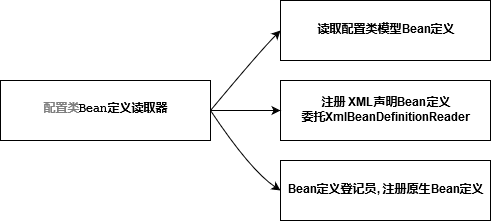
The draw.io diagram spring-ioc/images/spring-config-reader.png in rutine/spring-doc, before a commit. Source tidied: cells renumbered, new cells last; positions are measured from the earlier drawing's top-left corner, leaving out a move shared by most shapes.
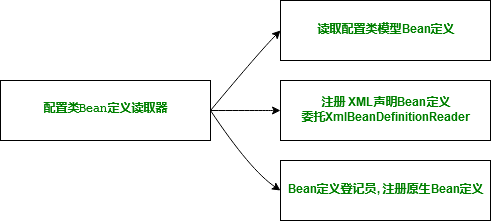
After the change.

Diff of the diagram source:
```diff
@@ -2,10 +2,10 @@
   <root>
     <mxCell id="0" />
     <mxCell id="1" parent="0" />
-    <mxCell id="2" value="&lt;pre style=&quot;background-color: #ffffff ; color: #000000 ; font-family: &amp;#34;courier new&amp;#34; ; font-size: 9.0pt&quot;&gt;&lt;span style=&quot;color: rgb(128 , 128 , 128)&quot;&gt;&lt;span style=&quot;color: rgb(128 , 128 , 128)&quot;&gt;&lt;span style=&quot;color: rgb(128 , 128 , 128)&quot;&gt;配置类&lt;/span&gt;&lt;/span&gt;&lt;/span&gt;Bean定义读取器&lt;br&gt;&lt;/pre&gt;" style="rounded=0;whiteSpace=wrap;html=1;fontStyle=1;" parent="1" vertex="1">
+    <mxCell id="2" value="&lt;pre style=&quot;background-color: rgb(255 , 255 , 255) ; font-family: &amp;#34;courier new&amp;#34; ; font-size: 9pt&quot;&gt;&lt;font color=&quot;#008000&quot;&gt;配置类Bean定义读取器&lt;br&gt;&lt;/font&gt;&lt;/pre&gt;" style="rounded=0;whiteSpace=wrap;html=1;fontStyle=1;" parent="1" vertex="1">
       <mxGeometry y="80" width="210" height="60" as="geometry" />
     </mxCell>
-    <mxCell id="3" value="读取配置类模型Bean定义" style="rounded=0;whiteSpace=wrap;html=1;fontStyle=1;" parent="1" vertex="1">
+    <mxCell id="3" value="&lt;font color=&quot;#008000&quot;&gt;读取配置类模型Bean定义&lt;/font&gt;" style="rounded=0;whiteSpace=wrap;html=1;fontStyle=1;" parent="1" vertex="1">
       <mxGeometry x="280" width="210" height="60" as="geometry" />
     </mxCell>
     <mxCell id="4" style="curved=1;endArrow=classic;html=1;entryX=0;entryY=0.5;entryDx=0;entryDy=0;exitX=1;exitY=0.5;exitDx=0;exitDy=0;" parent="1" edge="1" source="2" target="3">
@@ -15,7 +15,7 @@
         </Array>
       </mxGeometry>
     </mxCell>
-    <mxCell id="5" value="&lt;div&gt;注册 XML声明Bean定义&lt;/div&gt;&lt;div&gt;委托XmlBeanDefinitionReader&lt;br&gt;&lt;/div&gt;" style="rounded=0;whiteSpace=wrap;html=1;fontStyle=1;" parent="1" vertex="1">
+    <mxCell id="5" value="&lt;div&gt;&lt;font color=&quot;#008000&quot;&gt;注册 XML声明Bean定义&lt;/font&gt;&lt;/div&gt;&lt;div&gt;&lt;font color=&quot;#008000&quot;&gt;委托XmlBeanDefinitionReader&lt;br&gt;&lt;/font&gt;&lt;/div&gt;" style="rounded=0;whiteSpace=wrap;html=1;fontStyle=1;" parent="1" vertex="1">
       <mxGeometry x="280" y="80" width="210" height="60" as="geometry" />
     </mxCell>
     <mxCell id="6" style="curved=1;endArrow=classic;html=1;entryX=0;entryY=0.5;entryDx=0;entryDy=0;exitX=1;exitY=0.5;exitDx=0;exitDy=0;" parent="1" edge="1" source="2" target="5">
@@ -25,7 +25,7 @@
         </Array>
       </mxGeometry>
     </mxCell>
-    <mxCell id="7" value="Bean定义登记员, 注册原生Bean定义" style="rounded=0;whiteSpace=wrap;html=1;fontStyle=1;" parent="1" vertex="1">
+    <mxCell id="7" value="&lt;font color=&quot;#008000&quot;&gt;Bean定义登记员, 注册原生Bean定义&lt;/font&gt;" style="rounded=0;whiteSpace=wrap;html=1;fontStyle=1;" parent="1" vertex="1">
       <mxGeometry x="280" y="160" width="210" height="60" as="geometry" />
     </mxCell>
     <mxCell id="8" style="curved=1;endArrow=classic;html=1;exitX=1;exitY=0.5;exitDx=0;exitDy=0;entryX=0;entryY=0.5;entryDx=0;entryDy=0;" parent="1" edge="1" source="2" target="7">
```
